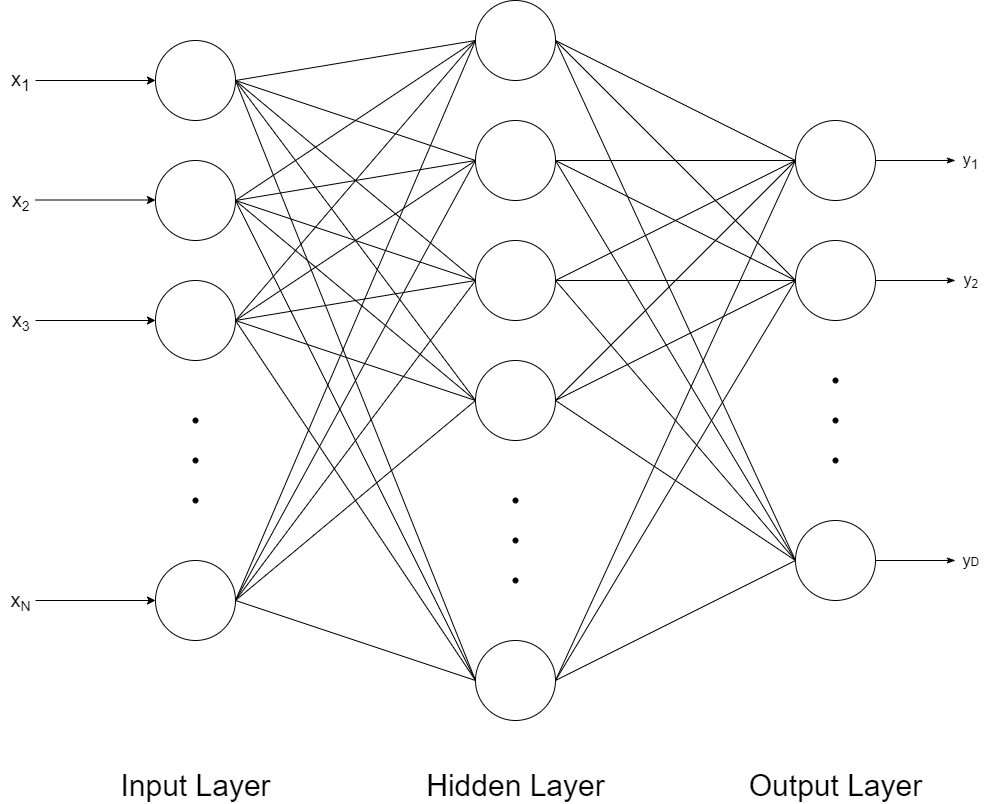
Before: report/network_one.png, a diagram exported from draw.io (kristsam/classification_MLP). Source tidied: cells renumbered, new cells last; positions are measured from the earlier drawing's top-left corner, leaving out a move shared by most shapes.
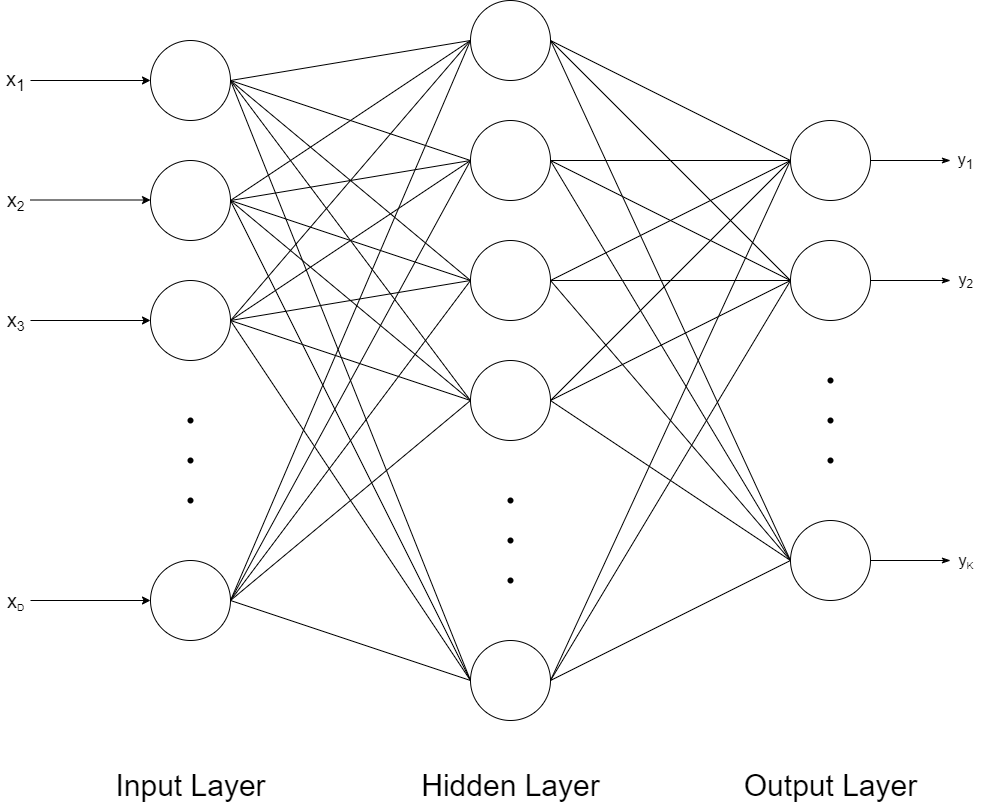
After the commit.

What changed in the source:
```diff
@@ -263,8 +263,8 @@
     <mxCell id="67" value="&lt;font style=&quot;font-size: 20px&quot;&gt;x&lt;/font&gt;&lt;font style=&quot;font-size: 16.6667px&quot;&gt;&lt;sub&gt;3&lt;/sub&gt;&lt;/font&gt;" style="text;html=1;align=center;verticalAlign=middle;strokeColor=none;" parent="1" vertex="1">
       <mxGeometry x="5" y="305" width="30" height="30" as="geometry" />
     </mxCell>
-    <mxCell id="68" value="&lt;font style=&quot;font-size: 20px&quot;&gt;x&lt;/font&gt;&lt;font style=&quot;font-size: 16.6667px&quot;&gt;&lt;sub&gt;N&lt;/sub&gt;&lt;/font&gt;" style="text;html=1;align=center;verticalAlign=middle;strokeColor=none;" parent="1" vertex="1">
-      <mxGeometry y="585" width="40" height="30" as="geometry" />
+    <mxCell id="68" value="&lt;font style=&quot;font-size: 20px&quot;&gt;x&lt;/font&gt;&lt;font style=&quot;font-size: 11.5741px&quot;&gt;&lt;sub&gt;D&lt;/sub&gt;&lt;/font&gt;" style="text;html=1;align=center;verticalAlign=middle;strokeColor=none;" parent="1" vertex="1">
+      <mxGeometry x="5" y="585" width="30" height="30" as="geometry" />
     </mxCell>
     <mxCell id="69" value="&lt;span style=&quot;font-size: 16.6667px&quot;&gt;y&lt;sub&gt;1&lt;/sub&gt;&lt;/span&gt;" style="text;html=1;align=center;verticalAlign=middle;strokeColor=none;" parent="1" vertex="1">
       <mxGeometry x="955" y="150" width="30" height="20" as="geometry" />
@@ -272,7 +272,7 @@
     <mxCell id="70" value="&lt;span style=&quot;font-size: 16.6667px&quot;&gt;y&lt;/span&gt;&lt;span style=&quot;font-size: 13.8889px&quot;&gt;&lt;sub&gt;2&lt;/sub&gt;&lt;/span&gt;" style="text;html=1;align=center;verticalAlign=middle;strokeColor=none;" parent="1" vertex="1">
       <mxGeometry x="955" y="270" width="30" height="20" as="geometry" />
     </mxCell>
-    <mxCell id="71" value="&lt;span style=&quot;font-size: 16.6667px&quot;&gt;y&lt;/span&gt;&lt;span style=&quot;font-size: 11.5741px&quot;&gt;D&lt;/span&gt;" style="text;html=1;align=center;verticalAlign=middle;strokeColor=none;" parent="1" vertex="1">
+    <mxCell id="71" value="&lt;span style=&quot;font-size: 16.6667px&quot;&gt;y&lt;/span&gt;&lt;span style=&quot;font-size: 11.5741px&quot;&gt;&lt;sub&gt;K&lt;/sub&gt;&lt;/span&gt;" style="text;html=1;align=center;verticalAlign=middle;strokeColor=none;" parent="1" vertex="1">
       <mxGeometry x="955" y="550" width="30" height="20" as="geometry" />
     </mxCell>
     <mxCell id="72" value="&lt;font style=&quot;font-size: 30px&quot;&gt;Input Layer&lt;/font&gt;" style="text;html=1;align=center;verticalAlign=middle;strokeColor=none;" parent="1" vertex="1">
```
